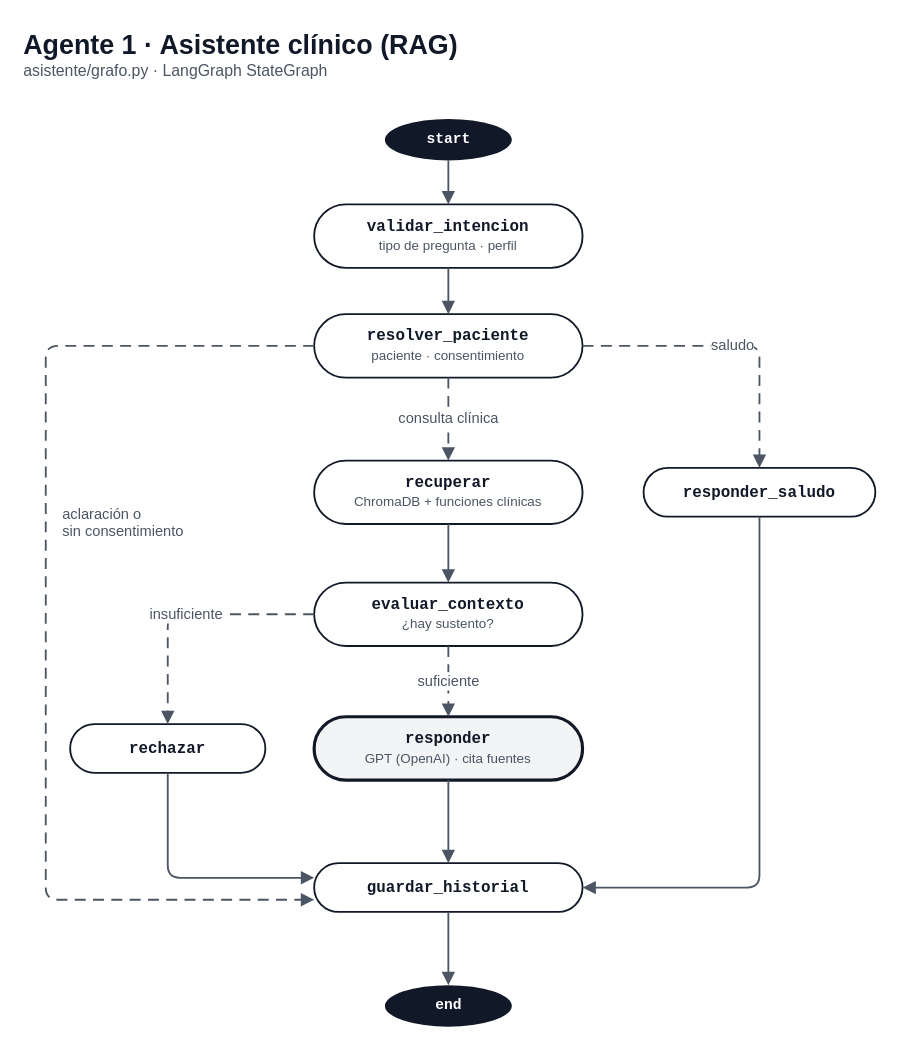
Paulina0209/Proyecto_4 keeps this draw.io diagram as docs/diagramas/agente_1_asistente.drawio. Above is the earlier version. Source tidied: cells renumbered, new cells numbered last; positions are measured from the earlier drawing's top-left corner, leaving out a move shared by most shapes. Both pictures are drawn from the tidied source at 122%, with x=0, y=0 at pixel (21, 21).
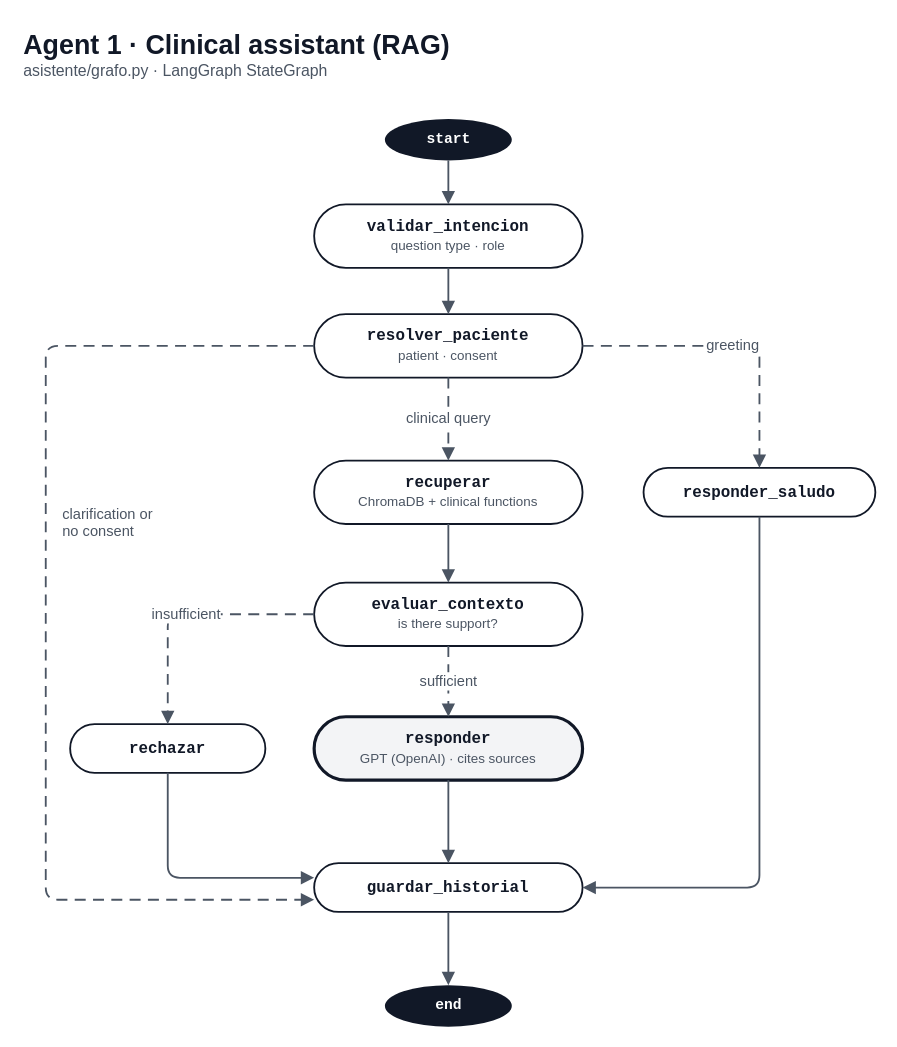
The same diagram, later.

Unchanged cells that the change refers to:
```xml
<mxCell id="7" value="&lt;b&gt;responder_saludo&lt;/b&gt;" style="rounded=1;arcSize=50;html=1;whiteSpace=wrap;fillColor=#FFFFFF;strokeColor=#111827;strokeWidth=1.5;fontSize=13;fontColor=#111827;fontFamily=Courier New;" parent="1" vertex="1">
  <mxGeometry x="510" y="366" width="190" height="40" as="geometry" />
</mxCell>
<mxCell id="10" value="&lt;b&gt;rechazar&lt;/b&gt;" style="rounded=1;arcSize=50;html=1;whiteSpace=wrap;fillColor=#FFFFFF;strokeColor=#111827;strokeWidth=1.5;fontSize=13;fontColor=#111827;fontFamily=Courier New;" parent="1" vertex="1">
  <mxGeometry x="40" y="576" width="160" height="40" as="geometry" />
</mxCell>
```

What changed in the source:
```diff
@@
-    <mxCell id="2" value="&lt;b style=&quot;font-size:22px&quot;&gt;Agente 1 · Asistente clínico (RAG)&lt;/b&gt;&lt;br&gt;&lt;font style=&quot;font-size:13px&quot; color=&quot;#4B5563&quot;&gt;asistente/grafo.py · LangGraph StateGraph&lt;/font&gt;" style="text;html=1;strokeColor=none;fillColor=none;align=left;verticalAlign=top;fontColor=#111827;" parent="1" vertex="1">
+    <mxCell id="2" value="&lt;b style=&quot;font-size:22px&quot;&gt;Agent 1 · Clinical assistant (RAG)&lt;/b&gt;&lt;br&gt;&lt;font style=&quot;font-size:13px&quot; color=&quot;#4B5563&quot;&gt;asistente/grafo.py · LangGraph StateGraph&lt;/font&gt;" style="text;html=1;strokeColor=none;fillColor=none;align=left;verticalAlign=top;fontColor=#111827;" parent="1" vertex="1">
       <mxGeometry width="700" height="56" as="geometry" />
     </mxCell>
@@
-    <mxCell id="4" value="&lt;b&gt;validar_intencion&lt;/b&gt;&lt;br&gt;&lt;font style=&quot;font-size:11px&quot; face=&quot;Helvetica&quot; color=&quot;#4B5563&quot;&gt;tipo de pregunta · perfil&lt;/font&gt;" style="rounded=1;arcSize=50;html=1;whiteSpace=wrap;fillColor=#FFFFFF;strokeColor=#111827;strokeWidth=1.5;fontSize=13;fontColor=#111827;fontFamily=Courier New;" parent="1" vertex="1">
+    <mxCell id="4" value="&lt;b&gt;validar_intencion&lt;/b&gt;&lt;br&gt;&lt;font style=&quot;font-size:11px&quot; face=&quot;Helvetica&quot; color=&quot;#4B5563&quot;&gt;question type · role&lt;/font&gt;" style="rounded=1;arcSize=50;html=1;whiteSpace=wrap;fillColor=#FFFFFF;strokeColor=#111827;strokeWidth=1.5;fontSize=13;fontColor=#111827;fontFamily=Courier New;" parent="1" vertex="1">
       <mxGeometry x="240" y="150" width="220" height="52" as="geometry" />
     </mxCell>
-    <mxCell id="5" value="&lt;b&gt;resolver_paciente&lt;/b&gt;&lt;br&gt;&lt;font style=&quot;font-size:11px&quot; face=&quot;Helvetica&quot; color=&quot;#4B5563&quot;&gt;paciente · consentimiento&lt;/font&gt;" style="rounded=1;arcSize=50;html=1;whiteSpace=wrap;fillColor=#FFFFFF;strokeColor=#111827;strokeWidth=1.5;fontSize=13;fontColor=#111827;fontFamily=Courier New;" parent="1" vertex="1">
+    <mxCell id="5" value="&lt;b&gt;resolver_paciente&lt;/b&gt;&lt;br&gt;&lt;font style=&quot;font-size:11px&quot; face=&quot;Helvetica&quot; color=&quot;#4B5563&quot;&gt;patient · consent&lt;/font&gt;" style="rounded=1;arcSize=50;html=1;whiteSpace=wrap;fillColor=#FFFFFF;strokeColor=#111827;strokeWidth=1.5;fontSize=13;fontColor=#111827;fontFamily=Courier New;" parent="1" vertex="1">
       <mxGeometry x="240" y="240" width="220" height="52" as="geometry" />
     </mxCell>
-    <mxCell id="6" value="&lt;b&gt;recuperar&lt;/b&gt;&lt;br&gt;&lt;font style=&quot;font-size:11px&quot; face=&quot;Helvetica&quot; color=&quot;#4B5563&quot;&gt;ChromaDB + funciones clínicas&lt;/font&gt;" style="rounded=1;arcSize=50;html=1;whiteSpace=wrap;fillColor=#FFFFFF;strokeColor=#111827;strokeWidth=1.5;fontSize=13;fontColor=#111827;fontFamily=Courier New;" parent="1" vertex="1">
+    <mxCell id="6" value="&lt;b&gt;recuperar&lt;/b&gt;&lt;br&gt;&lt;font style=&quot;font-size:11px&quot; face=&quot;Helvetica&quot; color=&quot;#4B5563&quot;&gt;ChromaDB + clinical functions&lt;/font&gt;" style="rounded=1;arcSize=50;html=1;whiteSpace=wrap;fillColor=#FFFFFF;strokeColor=#111827;strokeWidth=1.5;fontSize=13;fontColor=#111827;fontFamily=Courier New;" parent="1" vertex="1">
       <mxGeometry x="240" y="360" width="220" height="52" as="geometry" />
     </mxCell>
@@
-    <mxCell id="8" value="&lt;b&gt;evaluar_contexto&lt;/b&gt;&lt;br&gt;&lt;font style=&quot;font-size:11px&quot; face=&quot;Helvetica&quot; color=&quot;#4B5563&quot;&gt;¿hay sustento?&lt;/font&gt;" style="rounded=1;arcSize=50;html=1;whiteSpace=wrap;fillColor=#FFFFFF;strokeColor=#111827;strokeWidth=1.5;fontSize=13;fontColor=#111827;fontFamily=Courier New;" parent="1" vertex="1">
+    <mxCell id="8" value="&lt;b&gt;evaluar_contexto&lt;/b&gt;&lt;br&gt;&lt;font style=&quot;font-size:11px&quot; face=&quot;Helvetica&quot; color=&quot;#4B5563&quot;&gt;is there support?&lt;/font&gt;" style="rounded=1;arcSize=50;html=1;whiteSpace=wrap;fillColor=#FFFFFF;strokeColor=#111827;strokeWidth=1.5;fontSize=13;fontColor=#111827;fontFamily=Courier New;" parent="1" vertex="1">
       <mxGeometry x="240" y="460" width="220" height="52" as="geometry" />
     </mxCell>
-    <mxCell id="9" value="&lt;b&gt;responder&lt;/b&gt;&lt;br&gt;&lt;font style=&quot;font-size:11px&quot; face=&quot;Helvetica&quot; color=&quot;#4B5563&quot;&gt;GPT (OpenAI) · cita fuentes&lt;/font&gt;" style="rounded=1;arcSize=50;html=1;whiteSpace=wrap;fillColor=#F3F4F6;strokeColor=#111827;strokeWidth=2.6;fontSize=13;fontColor=#111827;fontFamily=Courier New;" parent="1" vertex="1">
+    <mxCell id="9" value="&lt;b&gt;responder&lt;/b&gt;&lt;br&gt;&lt;font style=&quot;font-size:11px&quot; face=&quot;Helvetica&quot; color=&quot;#4B5563&quot;&gt;GPT (OpenAI) · cites sources&lt;/font&gt;" style="rounded=1;arcSize=50;html=1;whiteSpace=wrap;fillColor=#F3F4F6;strokeColor=#111827;strokeWidth=2.6;fontSize=13;fontColor=#111827;fontFamily=Courier New;" parent="1" vertex="1">
       <mxGeometry x="240" y="570" width="220" height="52" as="geometry" />
     </mxCell>
@@
-    <mxCell id="15" value="consulta clínica" style="edgeStyle=orthogonalEdgeStyle;rounded=1;html=1;strokeColor=#4B5563;strokeWidth=1.5;endArrow=block;endFill=1;endSize=7;fontSize=12;fontColor=#4B5563;labelBackgroundColor=#FFFFFF;dashed=1;dashPattern=6 4;exitX=0.5;exitY=1;entryX=0.5;entryY=0;" parent="1" edge="1" source="5" target="6">
+    <mxCell id="15" value="clinical query" style="edgeStyle=orthogonalEdgeStyle;rounded=1;html=1;strokeColor=#4B5563;strokeWidth=1.5;endArrow=block;endFill=1;endSize=7;fontSize=12;fontColor=#4B5563;labelBackgroundColor=#FFFFFF;dashed=1;dashPattern=6 4;exitX=0.5;exitY=1;entryX=0.5;entryY=0;" parent="1" edge="1" source="5" target="6">
       <mxGeometry relative="1" as="geometry" />
     </mxCell>
-    <mxCell id="16" value="saludo" style="edgeStyle=orthogonalEdgeStyle;rounded=1;html=1;strokeColor=#4B5563;strokeWidth=1.5;endArrow=block;endFill=1;endSize=7;fontSize=12;fontColor=#4B5563;labelBackgroundColor=#FFFFFF;dashed=1;dashPattern=6 4;exitX=1;exitY=0.5;entryX=0.5;entryY=0;" parent="1" edge="1" source="5" target="7">
+    <mxCell id="16" value="greeting" style="edgeStyle=orthogonalEdgeStyle;rounded=1;html=1;strokeColor=#4B5563;strokeWidth=1.5;endArrow=block;endFill=1;endSize=7;fontSize=12;fontColor=#4B5563;labelBackgroundColor=#FFFFFF;dashed=1;dashPattern=6 4;exitX=1;exitY=0.5;entryX=0.5;entryY=0;" parent="1" edge="1" source="5" target="7">
       <mxGeometry relative="1" as="geometry" />
     </mxCell>
-    <mxCell id="17" value="&lt;font color=&quot;#4B5563&quot;&gt;aclaración o&lt;br&gt;sin consentimiento&lt;/font&gt;" style="text;html=1;strokeColor=none;fillColor=none;align=left;fontSize=12;" parent="1" vertex="1">
+    <mxCell id="17" value="&lt;font color=&quot;#4B5563&quot;&gt;clarification or&lt;br&gt;no consent&lt;/font&gt;" style="text;html=1;strokeColor=none;fillColor=none;align=left;fontSize=12;" parent="1" vertex="1">
       <mxGeometry x="32" y="390" width="140" height="34" as="geometry" />
     </mxCell>
@@
-    <mxCell id="20" value="suficiente" style="edgeStyle=orthogonalEdgeStyle;rounded=1;html=1;strokeColor=#4B5563;strokeWidth=1.5;endArrow=block;endFill=1;endSize=7;fontSize=12;fontColor=#4B5563;labelBackgroundColor=#FFFFFF;dashed=1;dashPattern=6 4;exitX=0.5;exitY=1;entryX=0.5;entryY=0;" parent="1" edge="1" source="8" target="9">
+    <mxCell id="20" value="sufficient" style="edgeStyle=orthogonalEdgeStyle;rounded=1;html=1;strokeColor=#4B5563;strokeWidth=1.5;endArrow=block;endFill=1;endSize=7;fontSize=12;fontColor=#4B5563;labelBackgroundColor=#FFFFFF;dashed=1;dashPattern=6 4;exitX=0.5;exitY=1;entryX=0.5;entryY=0;" parent="1" edge="1" source="8" target="9">
       <mxGeometry relative="1" as="geometry" />
     </mxCell>
-    <mxCell id="21" value="insuficiente" style="edgeStyle=orthogonalEdgeStyle;rounded=1;html=1;strokeColor=#4B5563;strokeWidth=1.5;endArrow=block;endFill=1;endSize=7;fontSize=12;fontColor=#4B5563;labelBackgroundColor=#FFFFFF;dashed=1;dashPattern=6 4;exitX=0;exitY=0.5;entryX=0.5;entryY=0;" parent="1" edge="1" source="8" target="10">
+    <mxCell id="21" value="insufficient" style="edgeStyle=orthogonalEdgeStyle;rounded=1;html=1;strokeColor=#4B5563;strokeWidth=1.5;endArrow=block;endFill=1;endSize=7;fontSize=12;fontColor=#4B5563;labelBackgroundColor=#FFFFFF;dashed=1;dashPattern=6 4;exitX=0;exitY=0.5;entryX=0.5;entryY=0;" parent="1" edge="1" source="8" target="10">
       <mxGeometry relative="1" as="geometry" />
     </mxCell>
```
